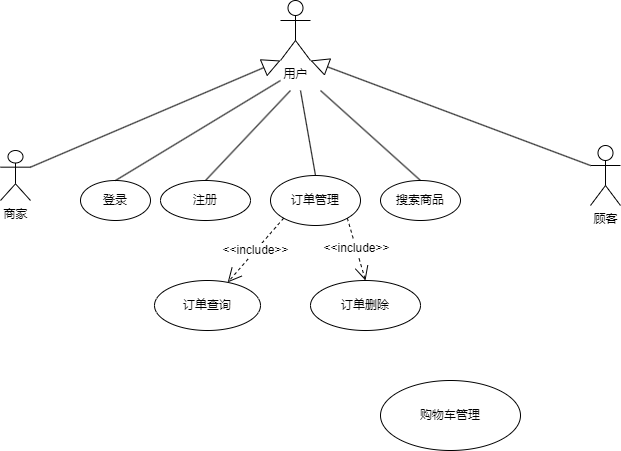
ICEFJL/Experiment-with-software-development-methods keeps this draw.io diagram as 实验1.drawio.png. Above is the earlier version. Source tidied: cells renumbered, new cells last; positions are measured from the earlier drawing's top-left corner, leaving out a move shared by most shapes.
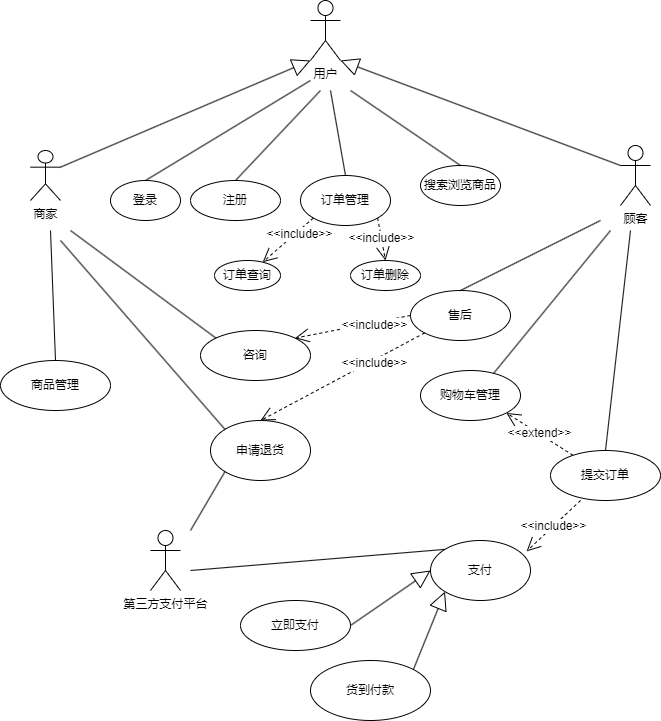
The same file after the commit.

The edit, as a diff of the source:
```diff
@@ -41,8 +41,8 @@
         <mxPoint x="300" y="90" as="sourcePoint" />
       </mxGeometry>
     </mxCell>
-    <mxCell id="13" value="搜索商品" style="ellipse;whiteSpace=wrap;html=1;" parent="1" vertex="1">
-      <mxGeometry x="380" y="180" width="80" height="40" as="geometry" />
+    <mxCell id="13" value="搜索浏览商品" style="ellipse;whiteSpace=wrap;html=1;" parent="1" vertex="1">
+      <mxGeometry x="390" y="165" width="80" height="40" as="geometry" />
     </mxCell>
     <mxCell id="14" style="endArrow=none;html=1;rounded=0;entryX=0.5;entryY=0;entryDx=0;entryDy=0;" parent="1" edge="1" target="13">
       <mxGeometry relative="1" as="geometry">
@@ -50,19 +50,104 @@
       </mxGeometry>
     </mxCell>
     <mxCell id="15" value="&amp;lt;&amp;lt;include&amp;gt;&amp;gt;" style="endArrow=open;endSize=12;dashed=1;html=1;rounded=0;exitX=0;exitY=1;exitDx=0;exitDy=0;" parent="1" edge="1" source="11" target="16">
-      <mxGeometry relative="1" as="geometry" />
+      <mxGeometry x="-0.37" y="3" relative="1" as="geometry" />
     </mxCell>
     <mxCell id="16" value="订单查询" style="ellipse;whiteSpace=wrap;html=1;" parent="1" vertex="1">
-      <mxGeometry x="154" y="280" width="106" height="50" as="geometry" />
+      <mxGeometry x="184" y="260" width="66" height="30" as="geometry" />
     </mxCell>
     <mxCell id="17" value="订单删除" style="ellipse;whiteSpace=wrap;html=1;" parent="1" vertex="1">
-      <mxGeometry x="310" y="280" width="110" height="50" as="geometry" />
+      <mxGeometry x="320" y="260" width="70" height="30" as="geometry" />
     </mxCell>
     <mxCell id="18" value="&amp;lt;&amp;lt;include&amp;gt;&amp;gt;" style="endArrow=open;endSize=12;dashed=1;html=1;rounded=0;exitX=1;exitY=1;exitDx=0;exitDy=0;entryX=0.5;entryY=0;entryDx=0;entryDy=0;" parent="1" edge="1" source="11" target="17">
       <mxGeometry relative="1" as="geometry" />
     </mxCell>
     <mxCell id="19" value="购物车管理" style="ellipse;whiteSpace=wrap;html=1;" parent="1" vertex="1">
-      <mxGeometry x="380" y="380" width="140" height="70" as="geometry" />
+      <mxGeometry x="390" y="370" width="100" height="50" as="geometry" />
     </mxCell>
+    <mxCell id="20" style="endArrow=none;html=1;rounded=0;exitX=0.731;exitY=0.057;exitDx=0;exitDy=0;exitPerimeter=0;" parent="1" edge="1" source="19">
+      <mxGeometry relative="1" as="geometry">
+        <mxPoint x="580" y="230" as="targetPoint" />
+      </mxGeometry>
+    </mxCell>
+    <mxCell id="21" value="售后" style="ellipse;whiteSpace=wrap;html=1;" parent="1" vertex="1">
+      <mxGeometry x="380" y="290" width="100" height="50" as="geometry" />
+    </mxCell>
+    <mxCell id="22" style="endArrow=none;html=1;rounded=0;exitX=0.5;exitY=0;exitDx=0;exitDy=0;" parent="1" edge="1" source="21">
+      <mxGeometry relative="1" as="geometry">
+        <mxPoint x="570" y="220" as="targetPoint" />
+      </mxGeometry>
+    </mxCell>
+    <mxCell id="23" value="提交订单" style="ellipse;whiteSpace=wrap;html=1;" parent="1" vertex="1">
+      <mxGeometry x="520" y="450" width="110" height="50" as="geometry" />
+    </mxCell>
+    <mxCell id="24" value="支付" style="ellipse;whiteSpace=wrap;html=1;" parent="1" vertex="1">
+      <mxGeometry x="400" y="540" width="100" height="60" as="geometry" />
+    </mxCell>
+    <mxCell id="25" value="商品管理" style="ellipse;whiteSpace=wrap;html=1;" parent="1" vertex="1">
+      <mxGeometry x="-30" y="360" width="110" height="50" as="geometry" />
+    </mxCell>
+    <mxCell id="26" style="endArrow=none;html=1;rounded=0;exitX=0.5;exitY=0;exitDx=0;exitDy=0;" parent="1" edge="1" source="25">
+      <mxGeometry relative="1" as="geometry">
+        <mxPoint x="20" y="230" as="targetPoint" />
+      </mxGeometry>
+    </mxCell>
+    <mxCell id="27" style="endArrow=none;html=1;rounded=0;exitX=0.5;exitY=0;exitDx=0;exitDy=0;" parent="1" edge="1" source="23">
+      <mxGeometry relative="1" as="geometry">
+        <mxPoint x="600" y="230" as="targetPoint" />
+      </mxGeometry>
+    </mxCell>
+    <mxCell id="28" value="&amp;lt;&amp;lt;extend&amp;gt;&amp;gt;" style="endArrow=open;endSize=12;dashed=1;html=1;rounded=0;entryX=1;entryY=1;entryDx=0;entryDy=0;" parent="1" edge="1" source="23" target="19">
+      <mxGeometry relative="1" as="geometry" />
+    </mxCell>
+    <mxCell id="29" value="&amp;lt;&amp;lt;include&amp;gt;&amp;gt;" style="endArrow=open;endSize=12;dashed=1;html=1;rounded=0;exitX=0.273;exitY=1;exitDx=0;exitDy=0;entryX=0.961;entryY=0.181;entryDx=0;entryDy=0;exitPerimeter=0;entryPerimeter=0;" parent="1" edge="1" source="23" target="24">
+      <mxGeometry relative="1" as="geometry" />
+    </mxCell>
+    <mxCell id="30" value="申请退货" style="ellipse;whiteSpace=wrap;html=1;" parent="1" vertex="1">
+      <mxGeometry x="180" y="420" width="100" height="60" as="geometry" />
+    </mxCell>
+    <mxCell id="31" value="&amp;lt;&amp;lt;include&amp;gt;&amp;gt;" style="endArrow=open;endSize=12;dashed=1;html=1;rounded=0;exitX=0;exitY=1;exitDx=0;exitDy=0;entryX=0.5;entryY=0;entryDx=0;entryDy=0;" parent="1" edge="1" source="21" target="30">
+      <mxGeometry x="-0.37" y="3" relative="1" as="geometry" />
+    </mxCell>
+    <mxCell id="32" value="咨询" style="ellipse;whiteSpace=wrap;html=1;" parent="1" vertex="1">
+      <mxGeometry x="170" y="330" width="110" height="50" as="geometry" />
+    </mxCell>
+    <mxCell id="33" value="&amp;lt;&amp;lt;include&amp;gt;&amp;gt;" style="endArrow=open;endSize=12;dashed=1;html=1;rounded=0;exitX=0;exitY=0.5;exitDx=0;exitDy=0;entryX=1;entryY=0;entryDx=0;entryDy=0;" parent="1" edge="1" source="21" target="32">
+      <mxGeometry x="-0.37" y="3" relative="1" as="geometry" />
+    </mxCell>
+    <mxCell id="34" style="endArrow=none;html=1;rounded=0;exitX=0;exitY=0;exitDx=0;exitDy=0;" parent="1" edge="1" source="32">
+      <mxGeometry relative="1" as="geometry">
+        <mxPoint x="40" y="230" as="targetPoint" />
+      </mxGeometry>
+    </mxCell>
+    <mxCell id="35" value="立即支付" style="ellipse;whiteSpace=wrap;html=1;" parent="1" vertex="1">
+      <mxGeometry x="210" y="600" width="110" height="50" as="geometry" />
+    </mxCell>
+    <mxCell id="36" value="货到付款" style="ellipse;whiteSpace=wrap;html=1;" parent="1" vertex="1">
+      <mxGeometry x="280" y="660" width="120" height="60" as="geometry" />
+    </mxCell>
+    <mxCell id="37" style="endArrow=block;endSize=16;endFill=0;html=1;rounded=0;exitX=1;exitY=0.5;exitDx=0;exitDy=0;entryX=0;entryY=0.5;entryDx=0;entryDy=0;" parent="1" edge="1" source="35" target="24">
+      <mxGeometry relative="1" as="geometry" />
+    </mxCell>
+    <mxCell id="38" style="endArrow=block;endSize=16;endFill=0;html=1;rounded=0;exitX=1;exitY=0;exitDx=0;exitDy=0;entryX=0;entryY=1;entryDx=0;entryDy=0;" parent="1" edge="1" source="36" target="24">
+      <mxGeometry relative="1" as="geometry" />
+    </mxCell>
+    <mxCell id="39" style="endArrow=none;html=1;rounded=0;exitX=0;exitY=0;exitDx=0;exitDy=0;" parent="1" edge="1" source="30">
+      <mxGeometry relative="1" as="geometry">
+        <mxPoint x="30" y="240" as="targetPoint" />
+      </mxGeometry>
+    </mxCell>
+    <mxCell id="40" value="第三方支付平台" style="shape=umlActor;verticalLabelPosition=bottom;verticalAlign=top;html=1;" parent="1" vertex="1">
+      <mxGeometry x="120" y="530" width="30" height="60" as="geometry" />
+    </mxCell>
+    <mxCell id="41" style="endArrow=none;html=1;rounded=0;exitX=0;exitY=0;exitDx=0;exitDy=0;" parent="1" edge="1" source="24">
+      <mxGeometry relative="1" as="geometry">
+        <mxPoint x="160" y="570" as="targetPoint" />
+      </mxGeometry>
+    </mxCell>
+    <mxCell id="42" style="endArrow=none;html=1;rounded=0;exitX=0;exitY=1;exitDx=0;exitDy=0;" parent="1" edge="1" source="30">
+      <mxGeometry relative="1" as="geometry">
+        <mxPoint x="160" y="530" as="targetPoint" />
+      </mxGeometry>
+    </mxCell>
   </root>
 </mxGraphModel>
```
